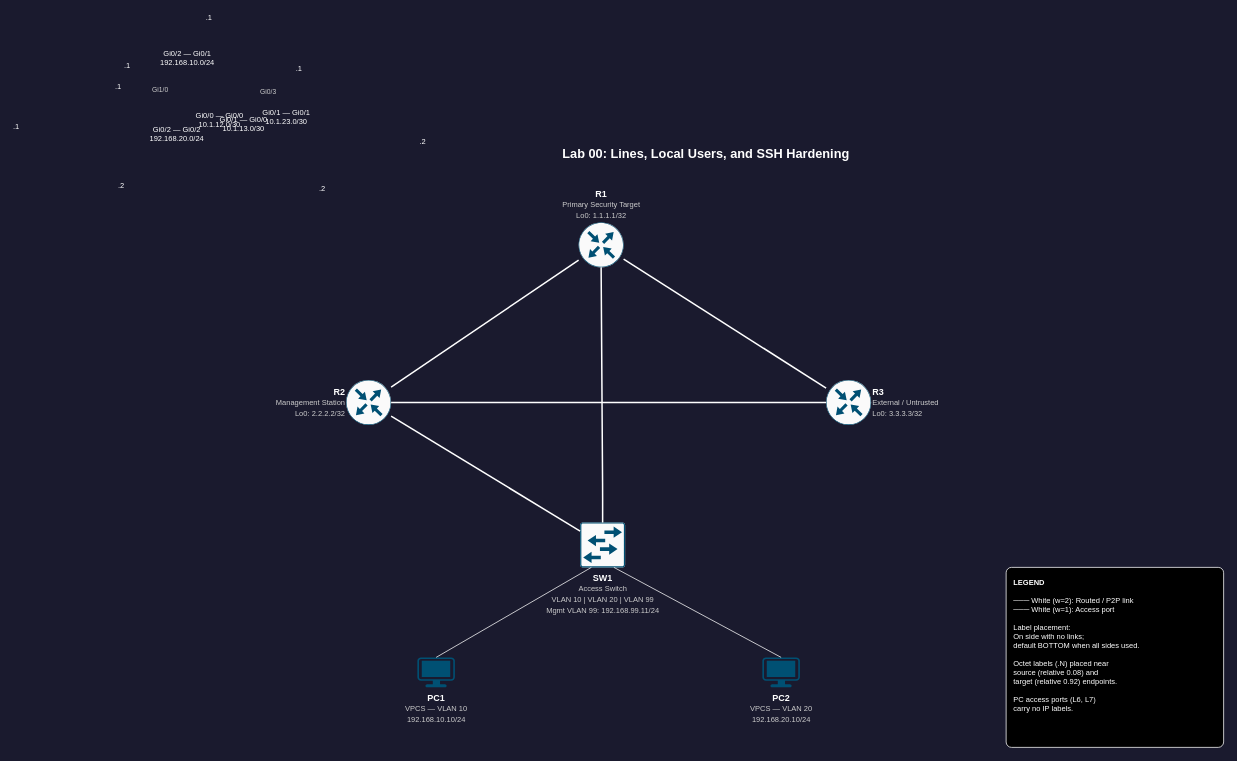
The draw.io diagram labs/security/lab-01-aaa/topology/topology.drawio in FonNkwenti/ccnp-encor-labs, before the edit. Source tidied: cells renumbered, new cells numbered last; positions are measured from the earlier drawing's top-left corner, leaving out a move shared by most shapes. Both pictures are drawn from the tidied source at 75%, with x=0, y=0 at pixel (218, 132).
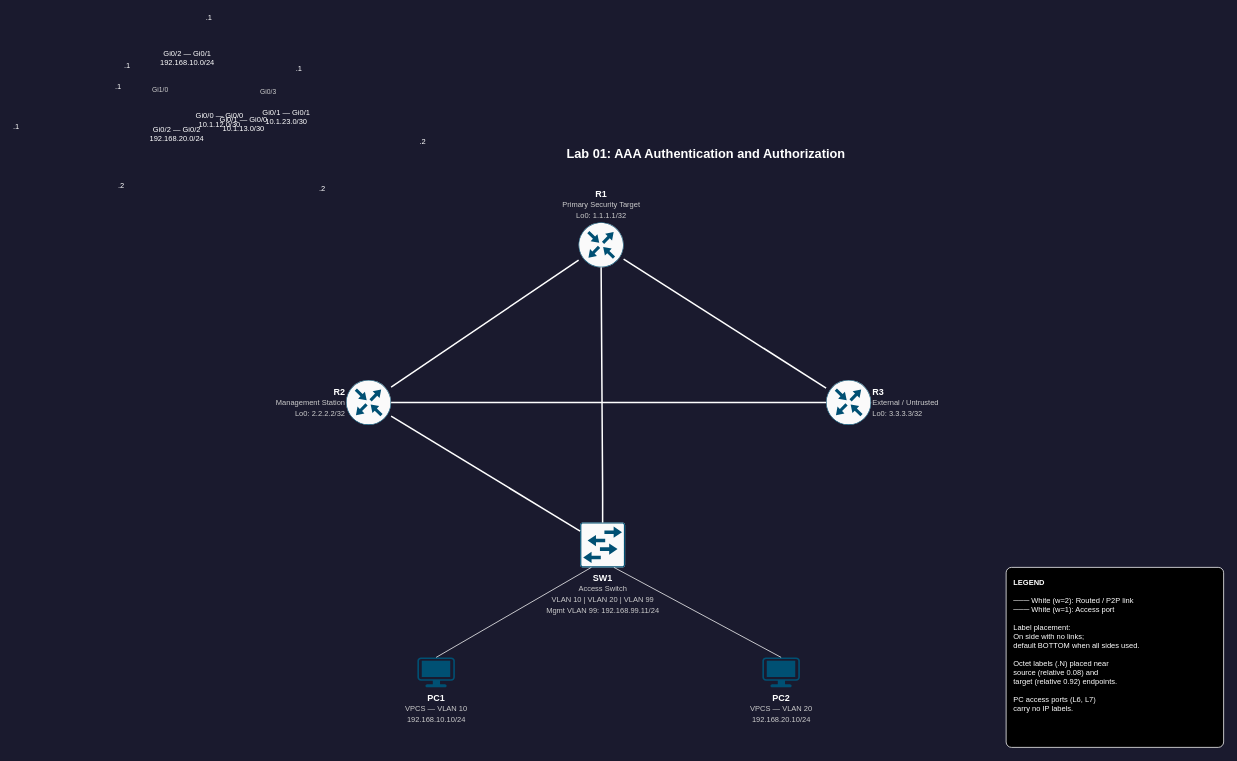
After the change.

The edit, as a diff of the source:
```diff
@@
-    <mxCell id="2" value="&lt;font style=&quot;font-size:17px;&quot; color=&quot;#FFFFFF&quot;&gt;&lt;b&gt;Lab 00: Lines, Local Users, and SSH Hardening&lt;/b&gt;&lt;/font&gt;" style="text;html=1;align=center;verticalAlign=middle;whiteSpace=wrap;strokeColor=none;fillColor=none;" parent="1" vertex="1">
+    <mxCell id="2" value="&lt;font style=&quot;font-size:17px;&quot; color=&quot;#FFFFFF&quot;&gt;&lt;b&gt;Lab 01: AAA Authentication and Authorization&lt;/b&gt;&lt;/font&gt;" style="text;html=1;align=center;verticalAlign=middle;whiteSpace=wrap;strokeColor=none;fillColor=none;" parent="1" vertex="1">
       <mxGeometry x="200" y="12" width="900" height="35" as="geometry" />
     </mxCell>
```
